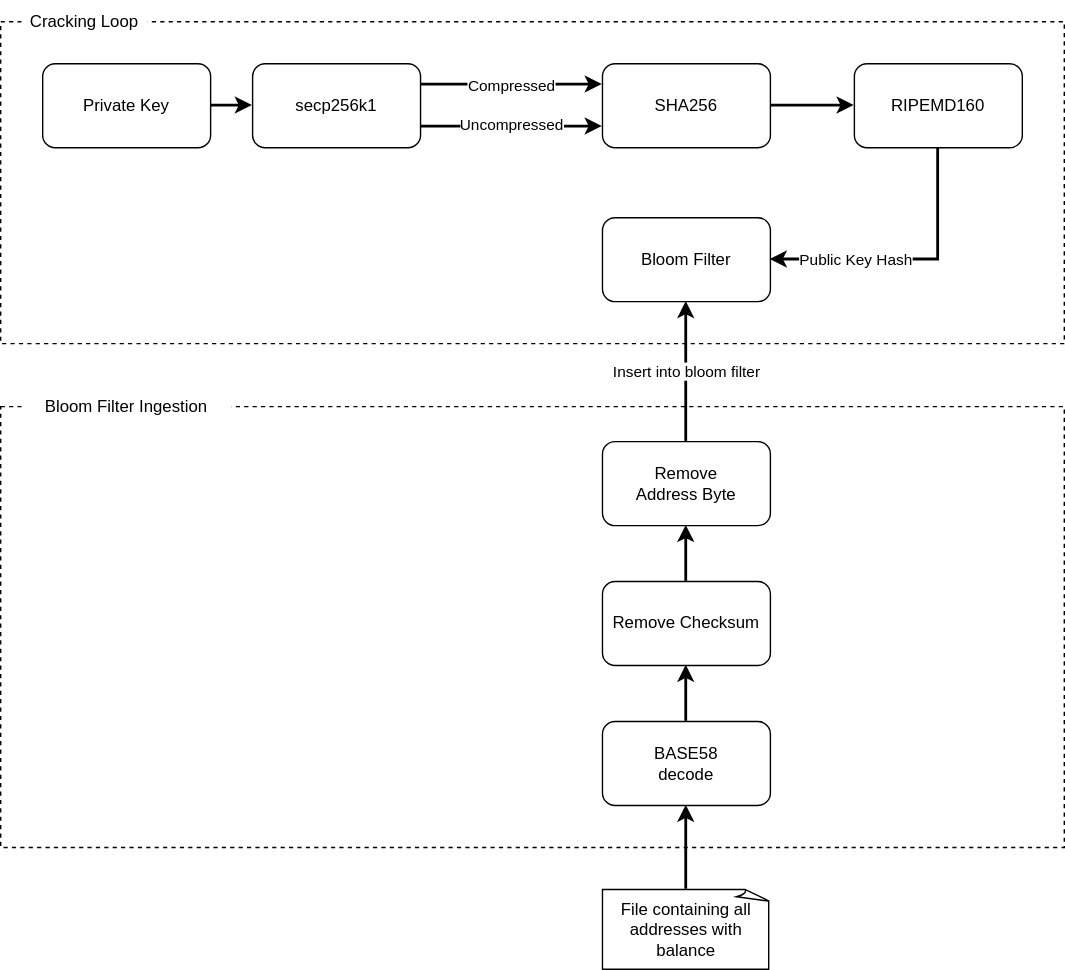
eztam-/BitCrackOSX keeps this draw.io diagram as img/architecture.drawio.svg. Above is the earlier version. Source tidied: cells renumbered, new cells last; positions are measured from the earlier drawing's top-left corner, leaving out a move shared by most shapes. Source of this version:
```xml
<mxGraphModel background="#FFFFFF">
  <root>
    <mxCell id="0" />
    <mxCell id="1" parent="0" />
    <mxCell id="2" style="rounded=0;whiteSpace=wrap;html=1;dashed=1;labelBackgroundColor=none;" parent="1" vertex="1">
      <mxGeometry y="290" width="760" height="315" as="geometry" />
    </mxCell>
    <mxCell id="3" value="Bloom Filter Ingestion" style="text;html=1;whiteSpace=wrap;strokeColor=none;fillColor=default;align=center;verticalAlign=middle;rounded=0;labelBackgroundColor=none;" parent="1" vertex="1">
      <mxGeometry x="15" y="275" width="150" height="30" as="geometry" />
    </mxCell>
    <mxCell id="4" style="rounded=0;whiteSpace=wrap;html=1;dashed=1;labelBackgroundColor=none;" parent="1" vertex="1">
      <mxGeometry y="15" width="760" height="230" as="geometry" />
    </mxCell>
    <mxCell id="5" style="edgeStyle=orthogonalEdgeStyle;rounded=0;jettySize=auto;html=1;labelBackgroundColor=none;fontColor=default;strokeWidth=2;" parent="1" edge="1" source="6" target="13">
      <mxGeometry relative="1" as="geometry" />
    </mxCell>
    <mxCell id="6" value="Private Key" style="rounded=1;whiteSpace=wrap;html=1;labelBackgroundColor=none;" parent="1" vertex="1">
      <mxGeometry x="30" y="45" width="120" height="60" as="geometry" />
    </mxCell>
    <mxCell id="7" style="edgeStyle=orthogonalEdgeStyle;rounded=0;jettySize=auto;html=1;exitX=1;exitY=0.5;exitDx=0;exitDy=0;entryX=0;entryY=0.5;entryDx=0;entryDy=0;labelBackgroundColor=none;fontColor=default;startSize=6;strokeWidth=2;" parent="1" edge="1" source="8" target="16">
      <mxGeometry relative="1" as="geometry" />
    </mxCell>
    <mxCell id="8" value="SHA256" style="rounded=1;whiteSpace=wrap;html=1;labelBackgroundColor=none;" parent="1" vertex="1">
      <mxGeometry x="430" y="45" width="120" height="60" as="geometry" />
    </mxCell>
    <mxCell id="9" style="edgeStyle=orthogonalEdgeStyle;rounded=0;jettySize=auto;html=1;exitX=1;exitY=0.25;exitDx=0;exitDy=0;entryX=0;entryY=0.25;entryDx=0;entryDy=0;labelBackgroundColor=none;fontColor=default;startSize=6;strokeWidth=2;" parent="1" edge="1" source="13" target="8">
      <mxGeometry relative="1" as="geometry" />
    </mxCell>
    <mxCell id="10" value="Compressed" style="edgeLabel;html=1;align=center;verticalAlign=middle;" parent="9" vertex="1">
      <mxGeometry x="-0.01" y="-1" relative="1" as="geometry" />
    </mxCell>
    <mxCell id="11" style="edgeStyle=orthogonalEdgeStyle;rounded=0;jettySize=auto;html=1;exitX=1;exitY=0.75;exitDx=0;exitDy=0;entryX=0;entryY=0.75;entryDx=0;entryDy=0;labelBackgroundColor=none;fontColor=default;startSize=6;strokeWidth=2;" parent="1" edge="1" source="13" target="8">
      <mxGeometry relative="1" as="geometry" />
    </mxCell>
    <mxCell id="12" value="Uncompressed" style="edgeLabel;html=1;align=center;verticalAlign=middle;" parent="11" vertex="1">
      <mxGeometry x="-0.01" y="1" relative="1" as="geometry" />
    </mxCell>
    <mxCell id="13" value="secp256k1" style="rounded=1;whiteSpace=wrap;html=1;labelBackgroundColor=none;" parent="1" vertex="1">
      <mxGeometry x="180" y="45" width="120" height="60" as="geometry" />
    </mxCell>
    <mxCell id="14" style="edgeStyle=orthogonalEdgeStyle;rounded=0;jettySize=auto;html=1;entryX=1;entryY=0.5;entryDx=0;entryDy=0;strokeWidth=2;" parent="1" edge="1" source="16" target="25">
      <mxGeometry relative="1" as="geometry">
        <Array as="points">
          <mxPoint x="670" y="185" />
        </Array>
      </mxGeometry>
    </mxCell>
    <mxCell id="15" value="Public Key&amp;nbsp;&lt;span style=&quot;color: light-dark(rgb(0, 0, 0), rgb(237, 237, 237)); background-color: light-dark(rgb(255, 255, 255), rgb(18, 18, 18));&quot;&gt;Hash&lt;/span&gt;" style="edgeLabel;html=1;align=center;verticalAlign=middle;" parent="14" vertex="1">
      <mxGeometry x="0.27" y="-1" relative="1" as="geometry">
        <mxPoint x="-13" y="1" as="offset" />
      </mxGeometry>
    </mxCell>
    <mxCell id="16" value="RIPEMD160" style="rounded=1;whiteSpace=wrap;html=1;labelBackgroundColor=none;" parent="1" vertex="1">
      <mxGeometry x="610" y="45" width="120" height="60" as="geometry" />
    </mxCell>
    <mxCell id="17" style="edgeStyle=orthogonalEdgeStyle;rounded=0;jettySize=auto;html=1;exitX=0.5;exitY=0;exitDx=0;exitDy=0;entryX=0.5;entryY=1;entryDx=0;entryDy=0;strokeWidth=2;" parent="1" edge="1" source="19" target="25">
      <mxGeometry relative="1" as="geometry" />
    </mxCell>
    <mxCell id="18" value="Insert into bloom filter" style="edgeLabel;html=1;align=center;verticalAlign=middle;" parent="17" vertex="1">
      <mxGeometry x="0.28" relative="1" as="geometry">
        <mxPoint y="14" as="offset" />
      </mxGeometry>
    </mxCell>
    <mxCell id="19" value="Remove&lt;br&gt;Address Byte" style="rounded=1;whiteSpace=wrap;html=1;labelBackgroundColor=none;" parent="1" vertex="1">
      <mxGeometry x="430" y="315" width="120" height="60" as="geometry" />
    </mxCell>
    <mxCell id="20" style="edgeStyle=orthogonalEdgeStyle;rounded=0;jettySize=auto;html=1;entryX=0.5;entryY=1;entryDx=0;entryDy=0;strokeWidth=2;" parent="1" edge="1" source="21" target="19">
      <mxGeometry relative="1" as="geometry" />
    </mxCell>
    <mxCell id="21" value="Remove Checksum" style="rounded=1;whiteSpace=wrap;html=1;labelBackgroundColor=none;" parent="1" vertex="1">
      <mxGeometry x="430" y="415" width="120" height="60" as="geometry" />
    </mxCell>
    <mxCell id="22" style="edgeStyle=orthogonalEdgeStyle;rounded=0;jettySize=auto;html=1;exitX=0.5;exitY=0;exitDx=0;exitDy=0;entryX=0.5;entryY=1;entryDx=0;entryDy=0;strokeWidth=2;" parent="1" edge="1" source="23" target="21">
      <mxGeometry relative="1" as="geometry" />
    </mxCell>
    <mxCell id="23" value="BASE58&lt;br&gt;decode" style="rounded=1;whiteSpace=wrap;html=1;labelBackgroundColor=none;" parent="1" vertex="1">
      <mxGeometry x="430" y="515" width="120" height="60" as="geometry" />
    </mxCell>
    <mxCell id="24" value="Cracking Loop" style="text;html=1;whiteSpace=wrap;strokeColor=none;fillColor=default;align=center;verticalAlign=middle;rounded=0;labelBackgroundColor=none;" parent="1" vertex="1">
      <mxGeometry x="15" width="90" height="30" as="geometry" />
    </mxCell>
    <mxCell id="25" value="Bloom Filter" style="rounded=1;whiteSpace=wrap;html=1;labelBackgroundColor=none;" parent="1" vertex="1">
      <mxGeometry x="430" y="155" width="120" height="60" as="geometry" />
    </mxCell>
    <mxCell id="26" style="edgeStyle=orthogonalEdgeStyle;rounded=0;jettySize=auto;html=1;entryX=0.5;entryY=1;entryDx=0;entryDy=0;strokeWidth=2;" parent="1" edge="1" source="27" target="23">
      <mxGeometry relative="1" as="geometry" />
    </mxCell>
    <mxCell id="27" value="File containing all addresses with balance" style="whiteSpace=wrap;html=1;shape=mxgraph.basic.document;" parent="1" vertex="1">
      <mxGeometry x="430" y="635" width="120" height="57" as="geometry" />
    </mxCell>
  </root>
</mxGraphModel>
```
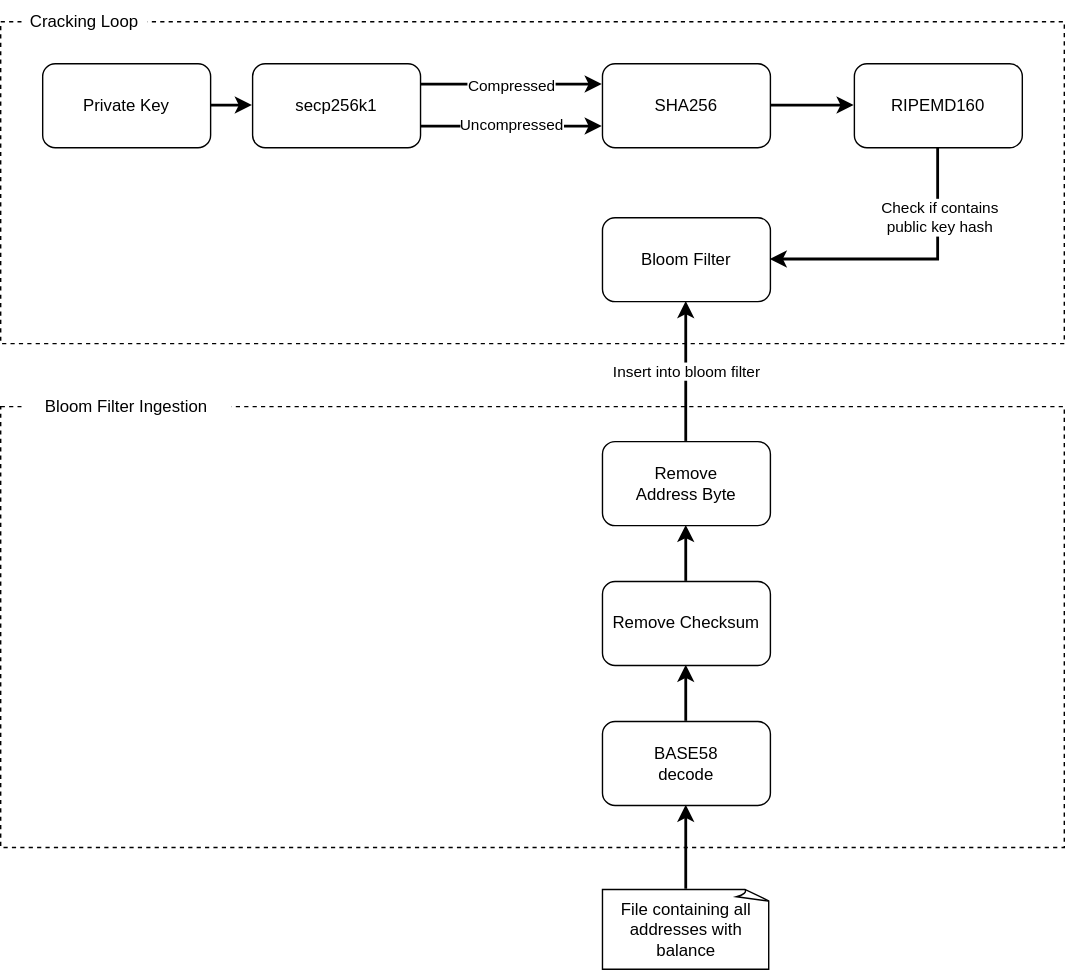
After the commit.

What changed in the source:
```diff
@@ -45,9 +45,9 @@
         </Array>
       </mxGeometry>
     </mxCell>
-    <mxCell id="15" value="Public Key&amp;nbsp;&lt;span style=&quot;color: light-dark(rgb(0, 0, 0), rgb(237, 237, 237)); background-color: light-dark(rgb(255, 255, 255), rgb(18, 18, 18));&quot;&gt;Hash&lt;/span&gt;" style="edgeLabel;html=1;align=center;verticalAlign=middle;" parent="14" vertex="1">
+    <mxCell id="15" value="Check if contains&lt;br&gt;public key h&lt;span style=&quot;color: light-dark(rgb(0, 0, 0), rgb(237, 237, 237)); background-color: light-dark(rgb(255, 255, 255), rgb(18, 18, 18));&quot;&gt;ash&lt;/span&gt;" style="edgeLabel;html=1;align=center;verticalAlign=middle;" parent="14" vertex="1">
       <mxGeometry x="0.27" y="-1" relative="1" as="geometry">
-        <mxPoint x="-13" y="1" as="offset" />
+        <mxPoint x="47" y="-29" as="offset" />
       </mxGeometry>
     </mxCell>
     <mxCell id="16" value="RIPEMD160" style="rounded=1;whiteSpace=wrap;html=1;labelBackgroundColor=none;" parent="1" vertex="1">
```
